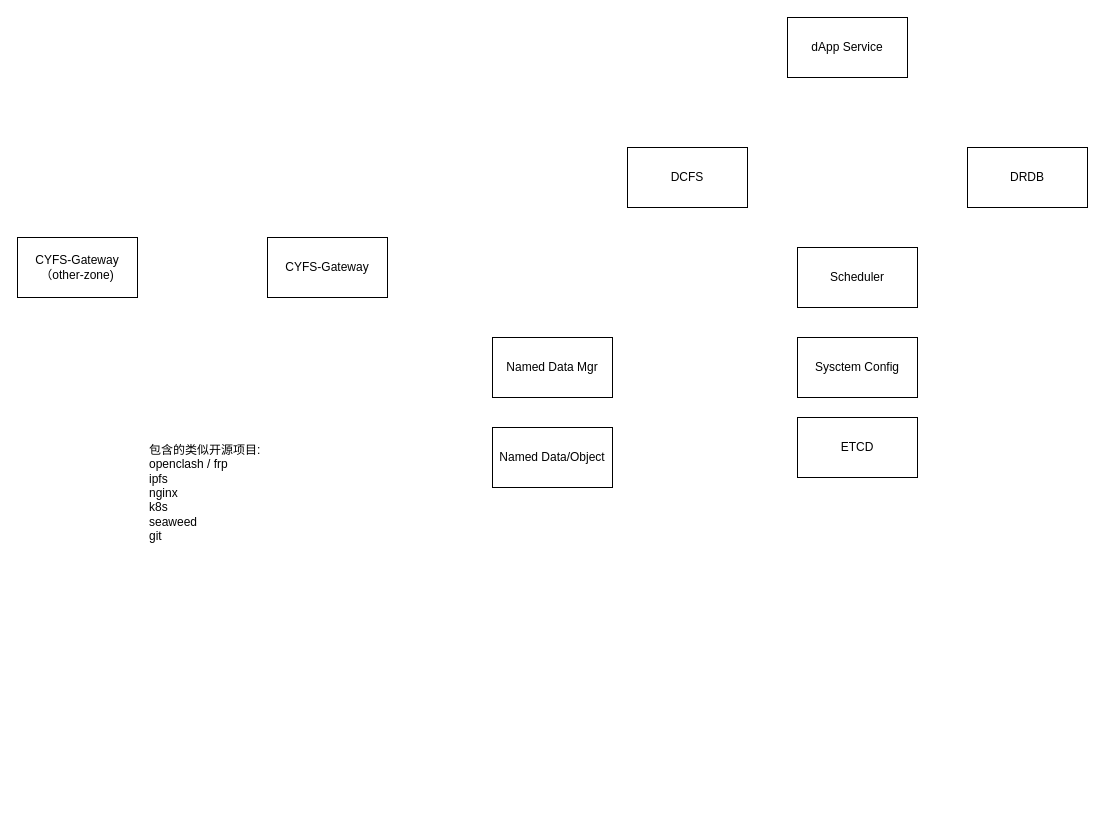
This is page "Page-15" (11 of 11) of doc/BuckyOS Architecture.drawio from buckyos/buckyos, a draw.io file, before an edit. Source tidied: cells renumbered, new cells numbered last; positions are measured from the earlier drawing's top-left corner, leaving out a move shared by most shapes. Both pictures are drawn from the tidied source at 100%, with x=0, y=0 at pixel (17, 17).
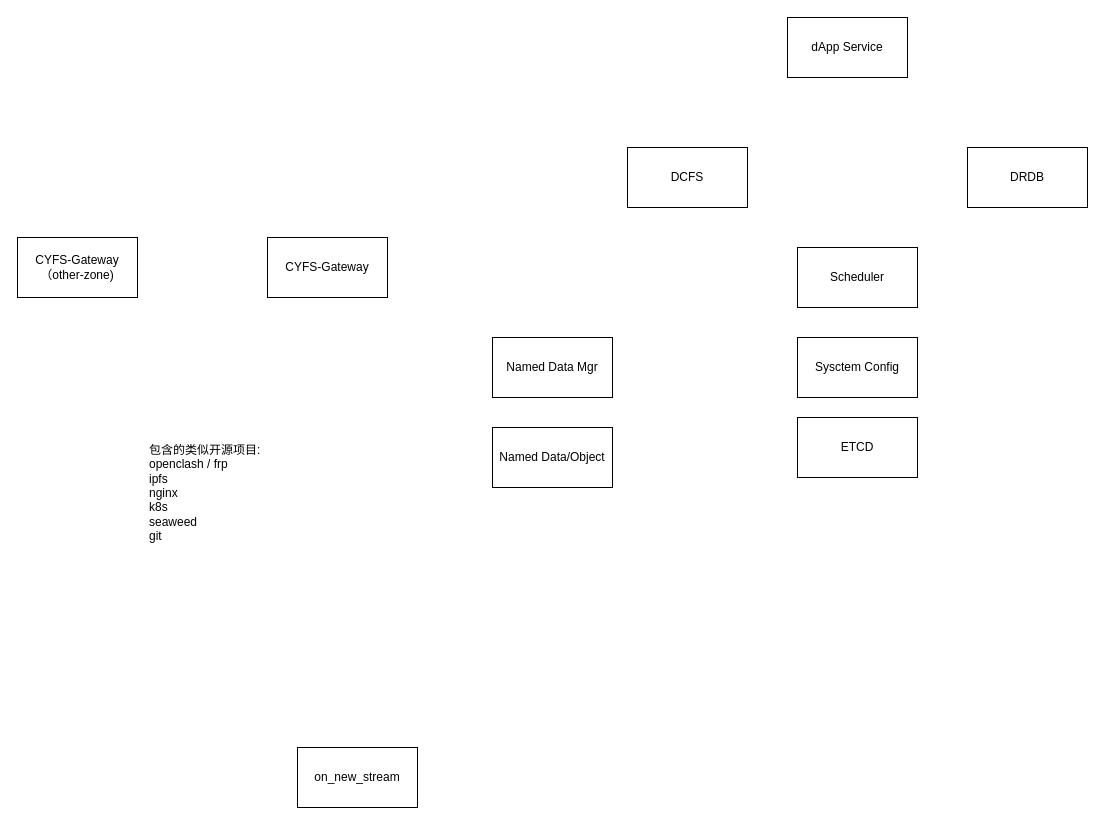
The same page after the edit.

Diff of the diagram source:
```diff
@@
 <mxGraphModel>
   <root>
     <mxCell id="0" />
     <mxCell id="1" parent="0" />
     <mxCell id="2" value="Named Data/Object" style="rounded=0;whiteSpace=wrap;html=1;" parent="1" vertex="1">
       <mxGeometry x="475" y="410" width="120" height="60" as="geometry" />
     </mxCell>
     <mxCell id="3" value="Named Data Mgr" style="rounded=0;whiteSpace=wrap;html=1;" parent="1" vertex="1">
       <mxGeometry x="475" y="320" width="120" height="60" as="geometry" />
     </mxCell>
     <mxCell id="4" value="DCFS" style="rounded=0;whiteSpace=wrap;html=1;" parent="1" vertex="1">
       <mxGeometry x="610" y="130" width="120" height="60" as="geometry" />
     </mxCell>
     <mxCell id="5" value="CYFS-Gateway" style="rounded=0;whiteSpace=wrap;html=1;" parent="1" vertex="1">
       <mxGeometry x="250" y="220" width="120" height="60" as="geometry" />
     </mxCell>
     <mxCell id="6" value="ETCD" style="rounded=0;whiteSpace=wrap;html=1;" parent="1" vertex="1">
       <mxGeometry x="780" y="400" width="120" height="60" as="geometry" />
     </mxCell>
     <mxCell id="7" value="Sysctem Config" style="rounded=0;whiteSpace=wrap;html=1;" parent="1" vertex="1">
       <mxGeometry x="780" y="320" width="120" height="60" as="geometry" />
     </mxCell>
     <mxCell id="8" value="Scheduler" style="rounded=0;whiteSpace=wrap;html=1;" parent="1" vertex="1">
       <mxGeometry x="780" y="230" width="120" height="60" as="geometry" />
     </mxCell>
     <mxCell id="9" value="DRDB" style="rounded=0;whiteSpace=wrap;html=1;" parent="1" vertex="1">
       <mxGeometry x="950" y="130" width="120" height="60" as="geometry" />
     </mxCell>
     <mxCell id="10" value="dApp Service" style="rounded=0;whiteSpace=wrap;html=1;" parent="1" vertex="1">
       <mxGeometry x="770" width="120" height="60" as="geometry" />
     </mxCell>
     <mxCell id="11" value="CYFS-Gateway&lt;div&gt;（other-zone)&lt;/div&gt;" style="rounded=0;whiteSpace=wrap;html=1;" parent="1" vertex="1">
       <mxGeometry y="220" width="120" height="60" as="geometry" />
     </mxCell>
     <mxCell id="12" value="包含的类似开源项目:&lt;div&gt;openclash / frp&lt;/div&gt;&lt;div&gt;ipfs&lt;/div&gt;&lt;div&gt;nginx&lt;/div&gt;&lt;div&gt;k8s&lt;/div&gt;&lt;div&gt;seaweed&lt;/div&gt;&lt;div&gt;git&lt;/div&gt;&lt;div&gt;&lt;br&gt;&lt;/div&gt;&lt;div&gt;&lt;br&gt;&lt;/div&gt;" style="text;html=1;align=left;verticalAlign=middle;whiteSpace=wrap;rounded=0;" parent="1" vertex="1">
       <mxGeometry x="130" y="430" width="250" height="120" as="geometry" />
     </mxCell>
+    <mxCell id="13" value="on_new_stream" style="rounded=0;whiteSpace=wrap;html=1;" parent="1" vertex="1">
+      <mxGeometry x="280" y="730" width="120" height="60" as="geometry" />
+    </mxCell>
   </root>
 </mxGraphModel>
```
